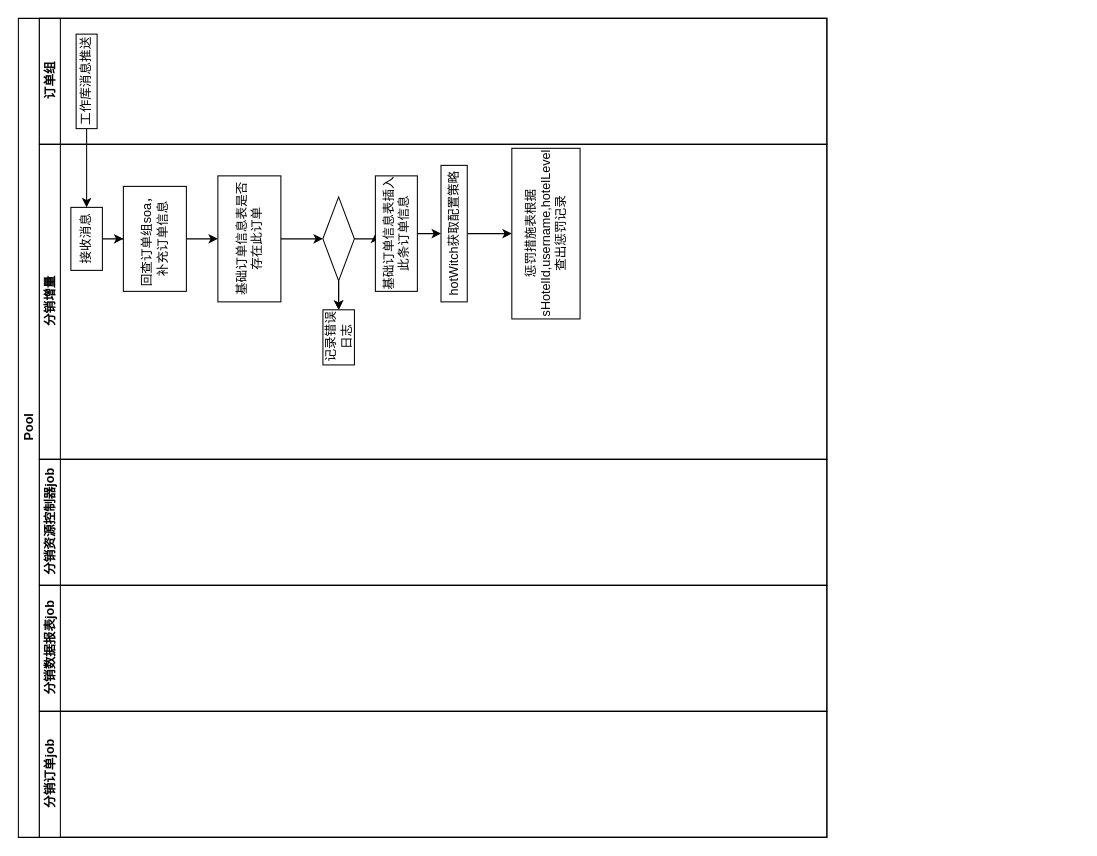
Earlier version of the draw.io diagram nb/养蜂单.drawio (zhenjie-chen/diagrams). Source tidied: cells renumbered, new cells numbered last; positions are measured from the earlier drawing's top-left corner, leaving out a move shared by most shapes. Both pictures are drawn from the tidied source at 105%, with x=0, y=0 at pixel (18, 18).
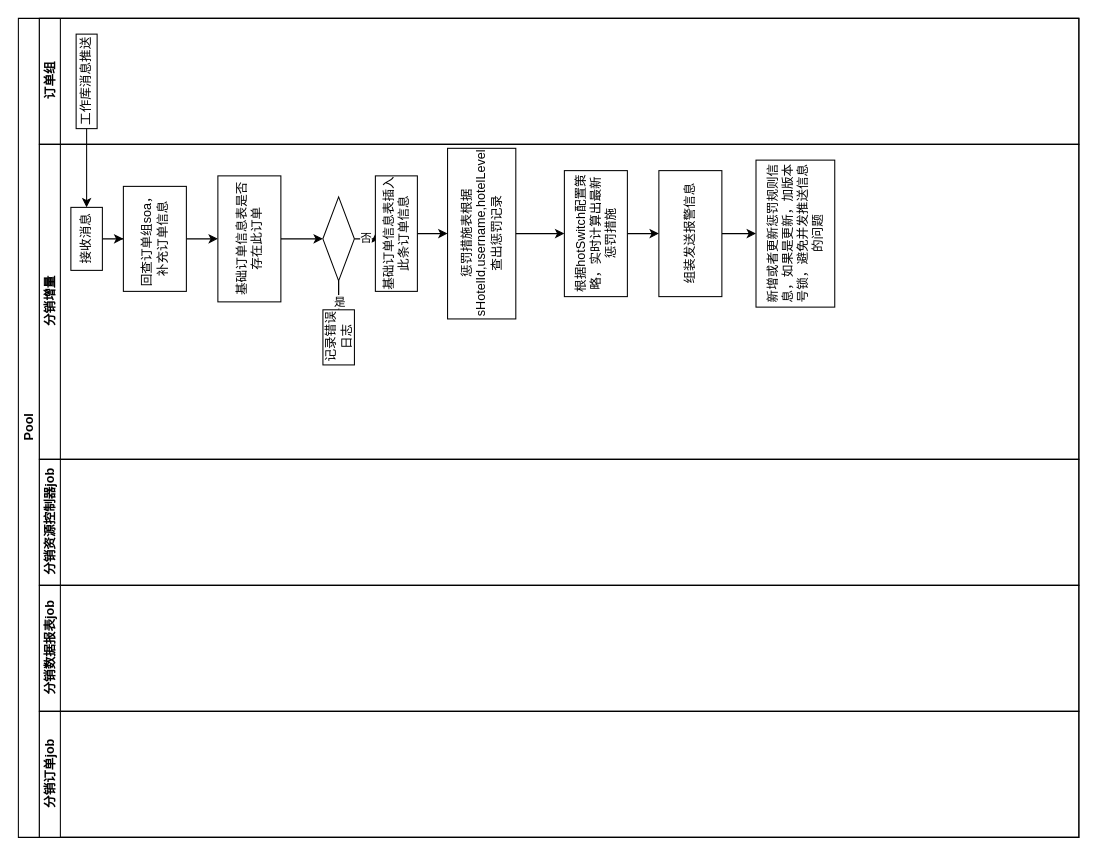
The same page after the edit.

Commit message (it also covers changes not shown here):
更新养蜂单.drawio

Unchanged cells that the change refers to:
```xml
<mxCell id="13" style="edgeStyle=orthogonalEdgeStyle;rounded=0;jettySize=auto;html=1;" parent="5" edge="1" source="15" target="16">
  <mxGeometry relative="1" as="geometry" />
</mxCell>
<mxCell id="14" style="edgeStyle=orthogonalEdgeStyle;rounded=0;jettySize=auto;html=1;" parent="5" edge="1" source="15" target="18">
  <mxGeometry relative="1" as="geometry" />
</mxCell>
<mxCell id="18" value="基础订单信息表插入此条订单信息" style="whiteSpace=wrap;html=1;rounded=0;rotation=-90;" parent="5" vertex="1">
  <mxGeometry x="285" y="65" width="110" height="40" as="geometry" />
</mxCell>
```

The edit, as a diff of the source:
```diff
@@
     <mxCell id="2" value="Pool" style="swimlane;horizontal=0;startSize=20;html=1;" parent="1" vertex="1">
-      <mxGeometry width="770" height="780" as="geometry" />
+      <mxGeometry width="1010" height="780" as="geometry" />
     </mxCell>
     <mxCell id="3" value="订单组" style="swimlane;startSize=20;horizontal=0;html=1;" parent="2" vertex="1">
-      <mxGeometry x="20" width="750" height="120" as="geometry" />
+      <mxGeometry x="20" width="990" height="120" as="geometry" />
     </mxCell>
@@
     <mxCell id="5" value="分销增量" style="swimlane;startSize=20;horizontal=0;html=1;" parent="2" vertex="1">
-      <mxGeometry x="20" y="120" width="750" height="300" as="geometry" />
+      <mxGeometry x="20" y="120" width="990" height="300" as="geometry" />
     </mxCell>
@@
+    <mxCell id="26" value="是" style="edgeLabel;html=1;align=center;verticalAlign=middle;" parent="13" vertex="1">
+      <mxGeometry x="0.45" y="-1" relative="1" as="geometry">
+        <mxPoint x="1" as="offset" />
+      </mxGeometry>
+    </mxCell>
@@
+    <mxCell id="27" value="否" style="edgeLabel;html=1;align=center;verticalAlign=middle;" parent="14" vertex="1">
+      <mxGeometry x="-0.19" y="2" relative="1" as="geometry" />
+    </mxCell>
@@
-    <mxCell id="17" style="edgeStyle=orthogonalEdgeStyle;rounded=0;jettySize=auto;html=1;" parent="5" edge="1" source="18" target="20">
+    <mxCell id="17" style="edgeStyle=orthogonalEdgeStyle;rounded=0;jettySize=auto;html=1;entryX=0.5;entryY=0;entryDx=0;entryDy=0;" parent="5" edge="1" source="18" target="21">
       <mxGeometry relative="1" as="geometry" />
     </mxCell>
@@
-    <mxCell id="19" style="edgeStyle=orthogonalEdgeStyle;rounded=0;jettySize=auto;html=1;" parent="5" edge="1" source="20" target="21">
-      <mxGeometry relative="1" as="geometry" />
-    </mxCell>
-    <mxCell id="20" value="hotWitch获取配置策略" style="whiteSpace=wrap;html=1;rounded=0;rotation=-90;" parent="5" vertex="1">
-      <mxGeometry x="330" y="72.5" width="130" height="25" as="geometry" />
-    </mxCell>
+    <mxCell id="28" style="edgeStyle=orthogonalEdgeStyle;rounded=0;jettySize=auto;html=1;" parent="5" edge="1" source="21" target="30">
+      <mxGeometry relative="1" as="geometry" />
+    </mxCell>
     <mxCell id="21" value="惩罚措施表根据sHotelId,username,hotelLevel&lt;br&gt;查出惩罚记录" style="whiteSpace=wrap;html=1;rounded=0;rotation=-90;" parent="5" vertex="1">
-      <mxGeometry x="401.2" y="52.5" width="162.5" height="65" as="geometry" />
+      <mxGeometry x="340" y="52.5" width="162.5" height="65" as="geometry" />
     </mxCell>
+    <mxCell id="29" style="edgeStyle=orthogonalEdgeStyle;rounded=0;jettySize=auto;html=1;" parent="5" edge="1" source="30" target="32">
+      <mxGeometry relative="1" as="geometry" />
+    </mxCell>
+    <mxCell id="30" value="根据hotSwitch配置策略，实时计算出最新惩罚措施" style="whiteSpace=wrap;html=1;rounded=0;rotation=-90;" parent="5" vertex="1">
+      <mxGeometry x="470" y="55" width="120" height="60" as="geometry" />
+    </mxCell>
+    <mxCell id="31" style="edgeStyle=orthogonalEdgeStyle;rounded=0;jettySize=auto;html=1;" parent="5" edge="1" source="32" target="33">
+      <mxGeometry relative="1" as="geometry" />
+    </mxCell>
+    <mxCell id="32" value="组装发送报警信息" style="whiteSpace=wrap;html=1;rounded=0;rotation=-90;" parent="5" vertex="1">
+      <mxGeometry x="560" y="55" width="120" height="60" as="geometry" />
+    </mxCell>
+    <mxCell id="33" value="新增或者更新惩罚规则信息，如果是更新，加版本号锁，避免并发推送信息的问题" style="whiteSpace=wrap;html=1;rounded=0;rotation=-90;" parent="5" vertex="1">
+      <mxGeometry x="650" y="47.5" width="140" height="75" as="geometry" />
+    </mxCell>
     <mxCell id="22" value="分销资源控制器job" style="swimlane;startSize=20;horizontal=0;html=1;" parent="2" vertex="1">
-      <mxGeometry x="20" y="420" width="750" height="120" as="geometry" />
+      <mxGeometry x="20" y="420" width="990" height="120" as="geometry" />
     </mxCell>
     <mxCell id="23" value="分销数据报表job" style="swimlane;startSize=20;horizontal=0;html=1;" parent="2" vertex="1">
-      <mxGeometry x="20" y="540" width="750" height="120" as="geometry" />
+      <mxGeometry x="20" y="540" width="990" height="120" as="geometry" />
     </mxCell>
     <mxCell id="24" value="分销订单job" style="swimlane;startSize=20;horizontal=0;html=1;" parent="2" vertex="1">
-      <mxGeometry x="20" y="660" width="750" height="120" as="geometry" />
+      <mxGeometry x="20" y="660" width="990" height="120" as="geometry" />
     </mxCell>
```
